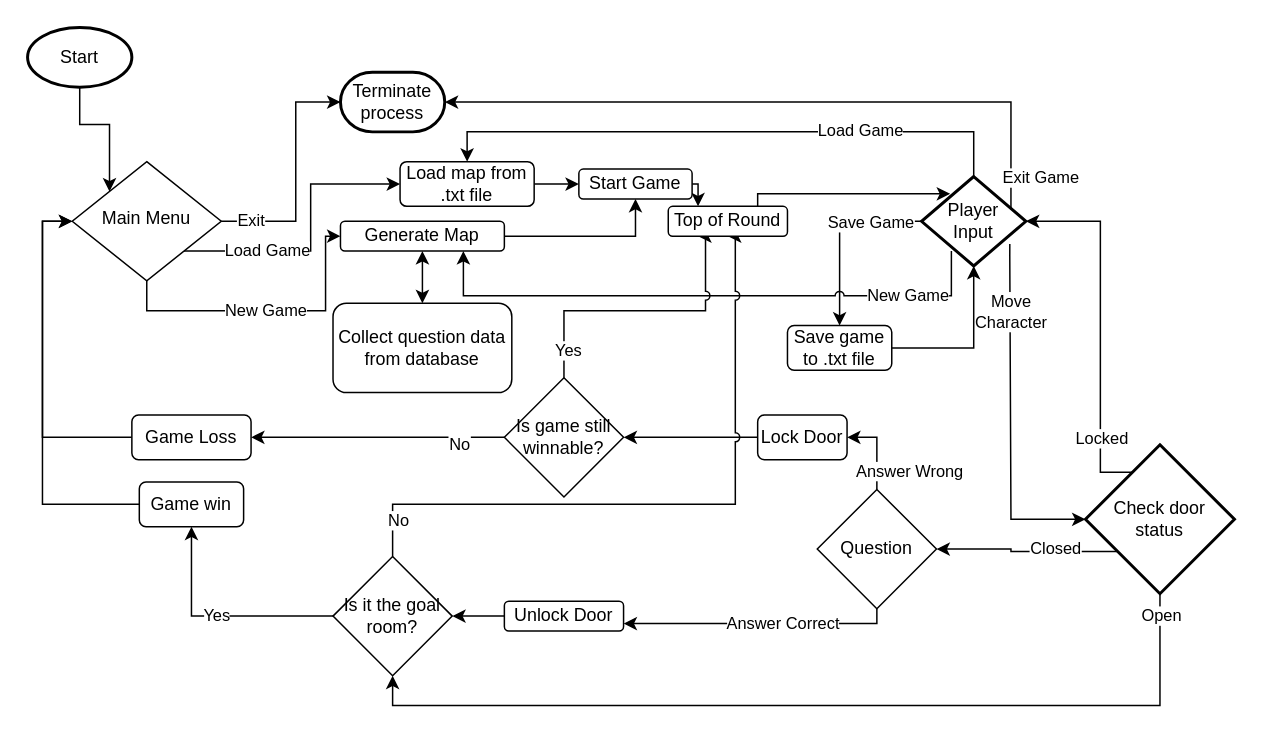
Before: TriviaMazeFlowchart.drawio in mperez68/TriviaMaze, a draw.io diagram. Source tidied: cells renumbered, new cells numbered last; positions are measured from the earlier drawing's top-left corner, leaving out a move shared by most shapes. Both pictures are drawn from the tidied source at 149%, with x=0, y=0 at pixel (27, 27).
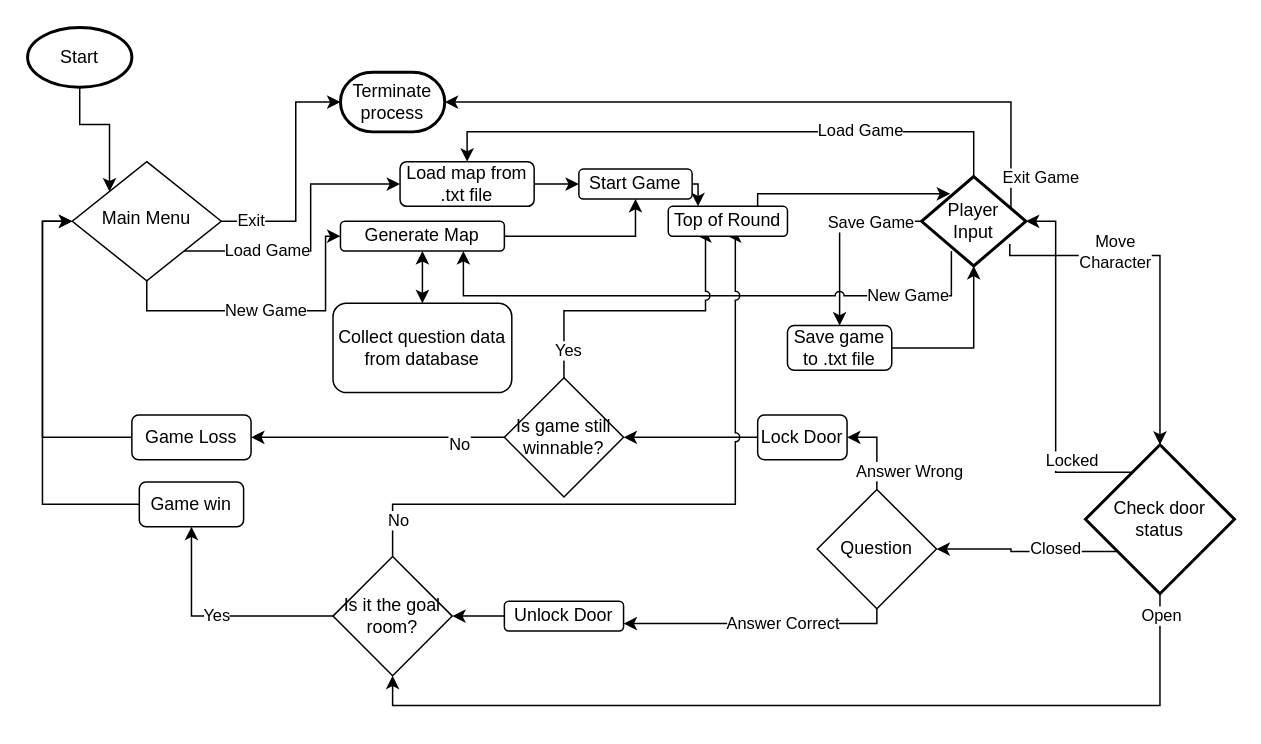
The same diagram, later.

Unchanged cells that the change refers to:
```xml
<mxCell id="26" value="&lt;span&gt;Player&lt;br&gt;Input&lt;br&gt;&lt;/span&gt;" style="strokeWidth=2;html=1;shape=mxgraph.flowchart.decision;whiteSpace=wrap;" parent="1" vertex="1">
  <mxGeometry x="600" y="100" width="70" height="60" as="geometry" />
</mxCell>
<mxCell id="32" value="Check door&lt;br&gt;status" style="strokeWidth=2;html=1;shape=mxgraph.flowchart.decision;whiteSpace=wrap;" parent="1" vertex="1">
  <mxGeometry x="710" y="280" width="100" height="100" as="geometry" />
</mxCell>
```

What changed in the source:
```diff
@@
-    <mxCell id="16" style="edgeStyle=orthogonalEdgeStyle;rounded=0;jettySize=auto;html=1;exitX=0.846;exitY=0.753;exitDx=0;exitDy=0;exitPerimeter=0;entryX=0;entryY=0.5;entryDx=0;entryDy=0;entryPerimeter=0;" parent="1" edge="1" source="26" target="32">
+    <mxCell id="16" style="edgeStyle=orthogonalEdgeStyle;rounded=0;jettySize=auto;html=1;exitX=0.846;exitY=0.753;exitDx=0;exitDy=0;exitPerimeter=0;entryX=0.5;entryY=0;entryDx=0;entryDy=0;entryPerimeter=0;" parent="1" edge="1" source="26" target="32">
       <mxGeometry relative="1" as="geometry">
         <Array as="points">
           <mxPoint x="659" y="153" />
-          <mxPoint x="660" y="330" />
+          <mxPoint x="760" y="153" />
         </Array>
       </mxGeometry>
     </mxCell>
     <mxCell id="17" value="Move&lt;br&gt;Character" style="edgeLabel;html=1;align=center;verticalAlign=middle;" parent="16" vertex="1">
       <mxGeometry x="-0.21" relative="1" as="geometry">
-        <mxPoint y="-47.4" as="offset" />
+        <mxPoint x="-14.4" y="-3" as="offset" />
       </mxGeometry>
     </mxCell>
@@
     <mxCell id="27" style="edgeStyle=orthogonalEdgeStyle;rounded=0;jettySize=auto;html=1;entryX=1;entryY=0.5;entryDx=0;entryDy=0;entryPerimeter=0;exitX=0.32;exitY=0.184;exitDx=0;exitDy=0;exitPerimeter=0;" parent="1" edge="1" source="32" target="26">
       <mxGeometry relative="1" as="geometry">
         <Array as="points">
-          <mxPoint x="720" y="298" />
-          <mxPoint x="720" y="130" />
+          <mxPoint x="690" y="298" />
+          <mxPoint x="690" y="130" />
         </Array>
       </mxGeometry>
     </mxCell>
     <mxCell id="28" value="Locked" style="edgeLabel;html=1;align=center;verticalAlign=middle;" parent="27" vertex="1">
       <mxGeometry x="0.1" relative="1" as="geometry">
-        <mxPoint y="86.6" as="offset" />
+        <mxPoint x="10" y="71.6" as="offset" />
       </mxGeometry>
     </mxCell>
```
